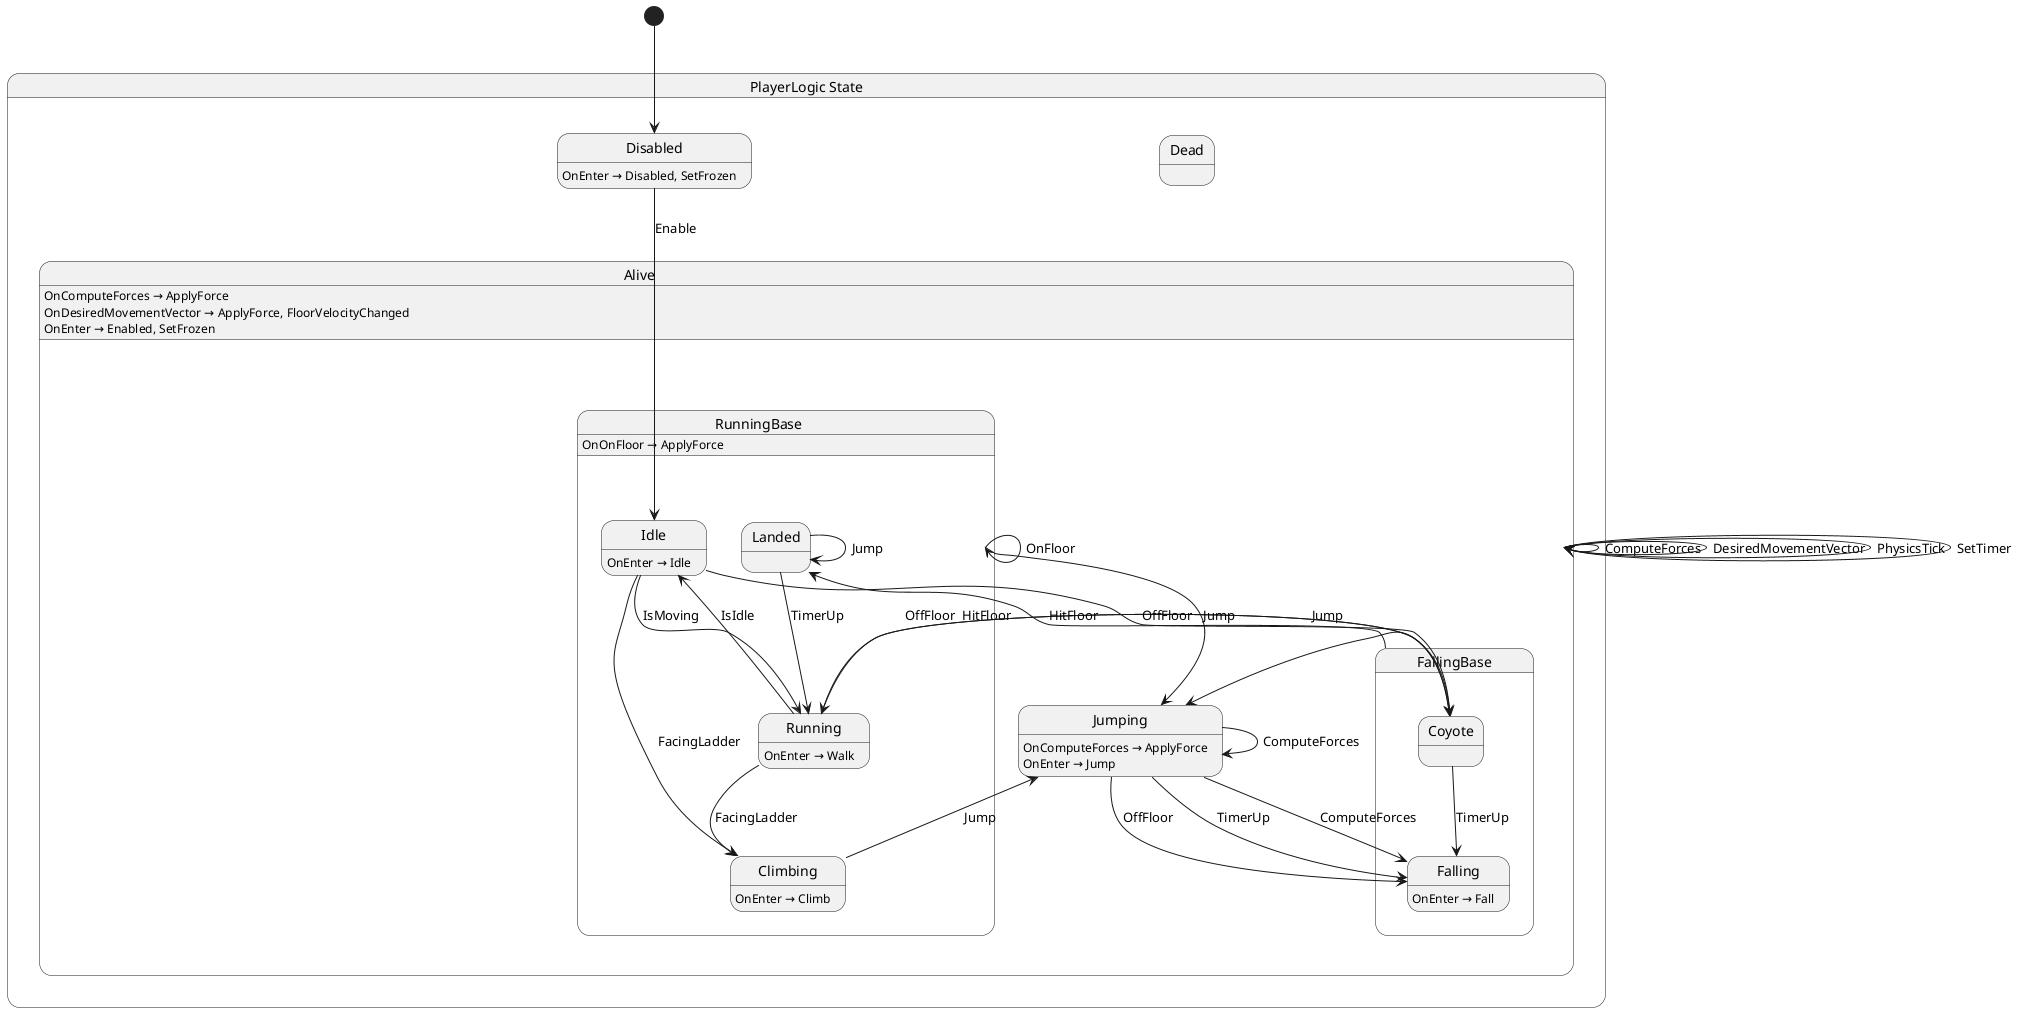
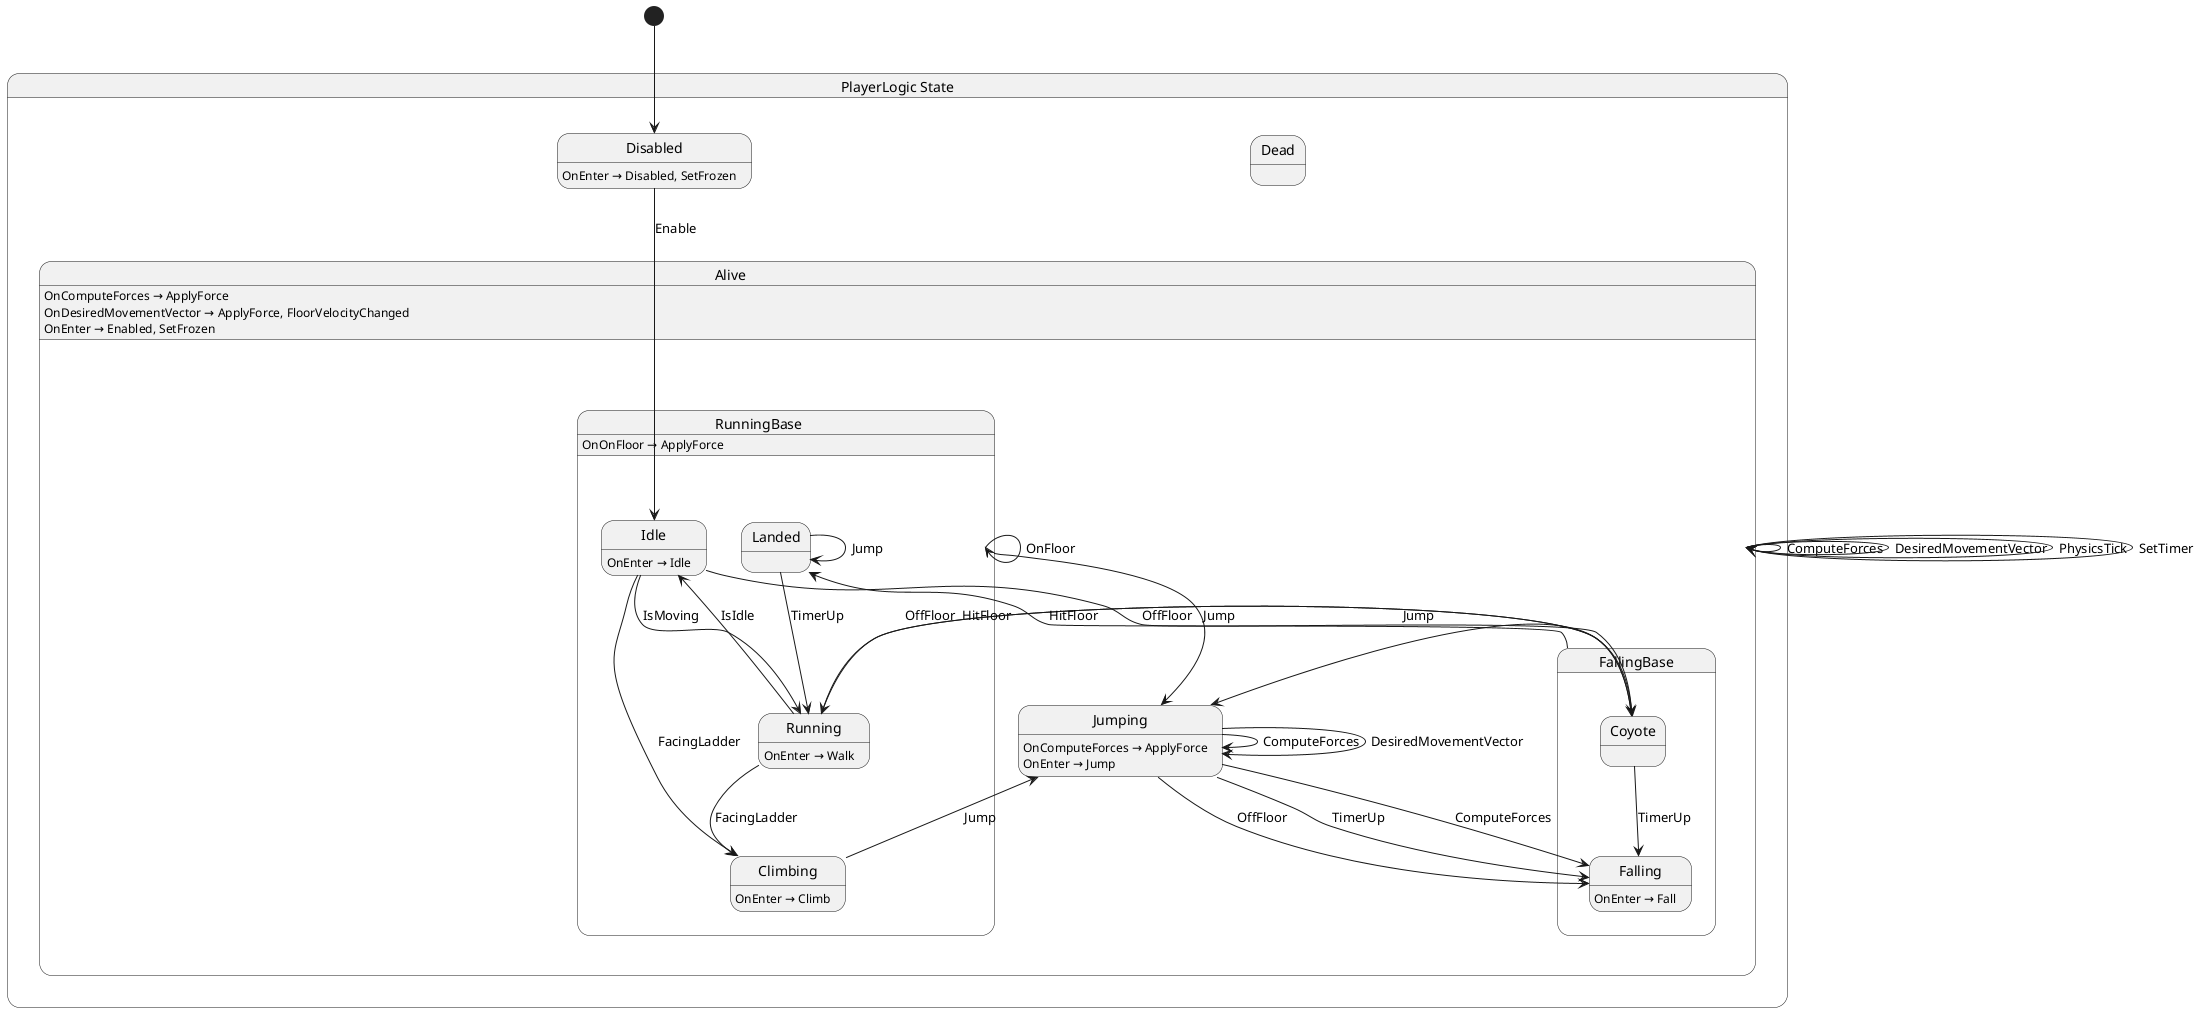
@startuml PlayerLogic
state "PlayerLogic State" as Jomolith_Play_Player_State_PlayerLogic_PlayerState {
  state "Alive" as Jomolith_Play_Player_State_PlayerLogic_PlayerState_Alive {
    state "FallingBase" as Jomolith_Play_Player_State_PlayerLogic_PlayerState_FallingBase {
      state "Coyote" as Jomolith_Play_Player_State_PlayerLogic_PlayerState_Coyote
      state "Falling" as Jomolith_Play_Player_State_PlayerLogic_PlayerState_Falling
    }
    state "Jumping" as Jomolith_Play_Player_State_PlayerLogic_PlayerState_Jumping
    state "RunningBase" as Jomolith_Play_Player_State_PlayerLogic_PlayerState_RunningBase {
      state "Climbing" as Jomolith_Play_Player_State_PlayerLogic_PlayerState_Climbing
      state "Idle" as Jomolith_Play_Player_State_PlayerLogic_PlayerState_Idle
      state "Landed" as Jomolith_Play_Player_State_PlayerLogic_PlayerState_Landed
      state "Running" as Jomolith_Play_Player_State_PlayerLogic_PlayerState_Running
    }
  }
  state "Dead" as Jomolith_Play_Player_State_PlayerLogic_PlayerState_Dead
  state "Disabled" as Jomolith_Play_Player_State_PlayerLogic_PlayerState_Disabled
}

Jomolith_Play_Player_State_PlayerLogic_PlayerState_Alive --> Jomolith_Play_Player_State_PlayerLogic_PlayerState_Alive : ComputeForces
Jomolith_Play_Player_State_PlayerLogic_PlayerState_Alive --> Jomolith_Play_Player_State_PlayerLogic_PlayerState_Alive : DesiredMovementVector
Jomolith_Play_Player_State_PlayerLogic_PlayerState_Alive --> Jomolith_Play_Player_State_PlayerLogic_PlayerState_Alive : PhysicsTick
Jomolith_Play_Player_State_PlayerLogic_PlayerState_Alive --> Jomolith_Play_Player_State_PlayerLogic_PlayerState_Alive : SetTimer
Jomolith_Play_Player_State_PlayerLogic_PlayerState_Climbing --> Jomolith_Play_Player_State_PlayerLogic_PlayerState_Jumping : Jump
Jomolith_Play_Player_State_PlayerLogic_PlayerState_Coyote --> Jomolith_Play_Player_State_PlayerLogic_PlayerState_Falling : TimerUp
Jomolith_Play_Player_State_PlayerLogic_PlayerState_Coyote --> Jomolith_Play_Player_State_PlayerLogic_PlayerState_Jumping : Jump
Jomolith_Play_Player_State_PlayerLogic_PlayerState_Coyote --> Jomolith_Play_Player_State_PlayerLogic_PlayerState_Running : HitFloor
Jomolith_Play_Player_State_PlayerLogic_PlayerState_Disabled --> Jomolith_Play_Player_State_PlayerLogic_PlayerState_Idle : Enable
Jomolith_Play_Player_State_PlayerLogic_PlayerState_FallingBase --> Jomolith_Play_Player_State_PlayerLogic_PlayerState_Landed : HitFloor
Jomolith_Play_Player_State_PlayerLogic_PlayerState_Idle --> Jomolith_Play_Player_State_PlayerLogic_PlayerState_Climbing : FacingLadder
Jomolith_Play_Player_State_PlayerLogic_PlayerState_Idle --> Jomolith_Play_Player_State_PlayerLogic_PlayerState_Coyote : OffFloor
Jomolith_Play_Player_State_PlayerLogic_PlayerState_Idle --> Jomolith_Play_Player_State_PlayerLogic_PlayerState_Running : IsMoving
Jomolith_Play_Player_State_PlayerLogic_PlayerState_Jumping --> Jomolith_Play_Player_State_PlayerLogic_PlayerState_Falling : ComputeForces
Jomolith_Play_Player_State_PlayerLogic_PlayerState_Jumping --> Jomolith_Play_Player_State_PlayerLogic_PlayerState_Falling : OffFloor
Jomolith_Play_Player_State_PlayerLogic_PlayerState_Jumping --> Jomolith_Play_Player_State_PlayerLogic_PlayerState_Falling : TimerUp
Jomolith_Play_Player_State_PlayerLogic_PlayerState_Jumping --> Jomolith_Play_Player_State_PlayerLogic_PlayerState_Jumping : ComputeForces
+ Jomolith_Play_Player_State_PlayerLogic_PlayerState_Jumping --> Jomolith_Play_Player_State_PlayerLogic_PlayerState_Jumping : DesiredMovementVector
Jomolith_Play_Player_State_PlayerLogic_PlayerState_Landed --> Jomolith_Play_Player_State_PlayerLogic_PlayerState_Landed : Jump
Jomolith_Play_Player_State_PlayerLogic_PlayerState_Landed --> Jomolith_Play_Player_State_PlayerLogic_PlayerState_Running : TimerUp
Jomolith_Play_Player_State_PlayerLogic_PlayerState_Running --> Jomolith_Play_Player_State_PlayerLogic_PlayerState_Climbing : FacingLadder
Jomolith_Play_Player_State_PlayerLogic_PlayerState_Running --> Jomolith_Play_Player_State_PlayerLogic_PlayerState_Coyote : OffFloor
Jomolith_Play_Player_State_PlayerLogic_PlayerState_Running --> Jomolith_Play_Player_State_PlayerLogic_PlayerState_Idle : IsIdle
Jomolith_Play_Player_State_PlayerLogic_PlayerState_RunningBase --> Jomolith_Play_Player_State_PlayerLogic_PlayerState_Jumping : Jump
Jomolith_Play_Player_State_PlayerLogic_PlayerState_RunningBase --> Jomolith_Play_Player_State_PlayerLogic_PlayerState_RunningBase : OnFloor

Jomolith_Play_Player_State_PlayerLogic_PlayerState_Alive : OnComputeForces → ApplyForce
Jomolith_Play_Player_State_PlayerLogic_PlayerState_Alive : OnDesiredMovementVector → ApplyForce, FloorVelocityChanged
Jomolith_Play_Player_State_PlayerLogic_PlayerState_Alive : OnEnter → Enabled, SetFrozen
Jomolith_Play_Player_State_PlayerLogic_PlayerState_Climbing : OnEnter → Climb
Jomolith_Play_Player_State_PlayerLogic_PlayerState_Disabled : OnEnter → Disabled, SetFrozen
Jomolith_Play_Player_State_PlayerLogic_PlayerState_Falling : OnEnter → Fall
Jomolith_Play_Player_State_PlayerLogic_PlayerState_Idle : OnEnter → Idle
Jomolith_Play_Player_State_PlayerLogic_PlayerState_Jumping : OnComputeForces → ApplyForce
Jomolith_Play_Player_State_PlayerLogic_PlayerState_Jumping : OnEnter → Jump
Jomolith_Play_Player_State_PlayerLogic_PlayerState_Running : OnEnter → Walk
Jomolith_Play_Player_State_PlayerLogic_PlayerState_RunningBase : OnOnFloor → ApplyForce

[*] --> Jomolith_Play_Player_State_PlayerLogic_PlayerState_Disabled
@enduml